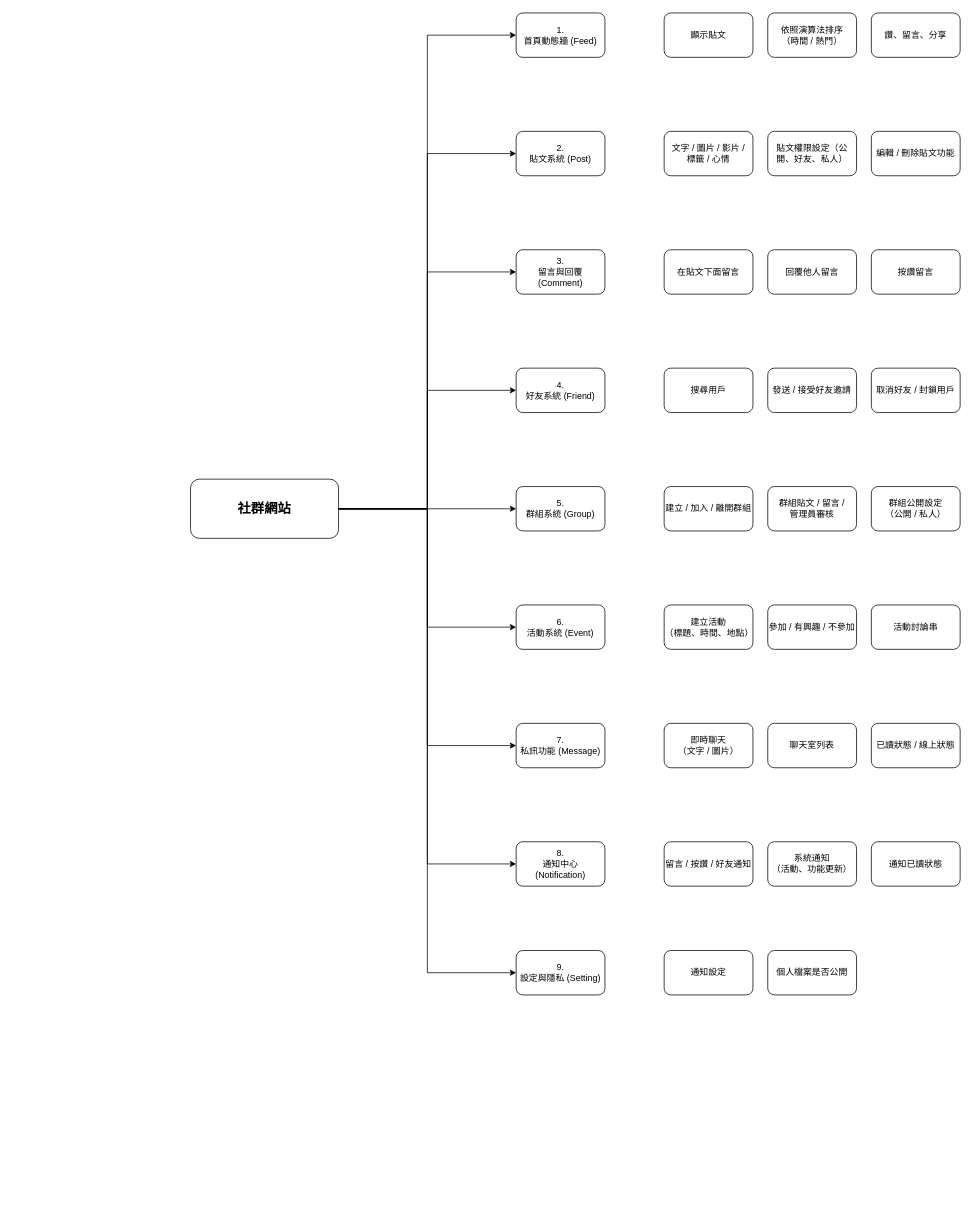
Earlier version of the draw.io diagram 社群.drawio (Rocker36288/Project_Photo). Source tidied: cells renumbered, new cells numbered last; positions are measured from the earlier drawing's top-left corner, leaving out a move shared by most shapes. Both pictures are drawn from the tidied source at 74%, with x=0, y=0 at pixel (190, 13).
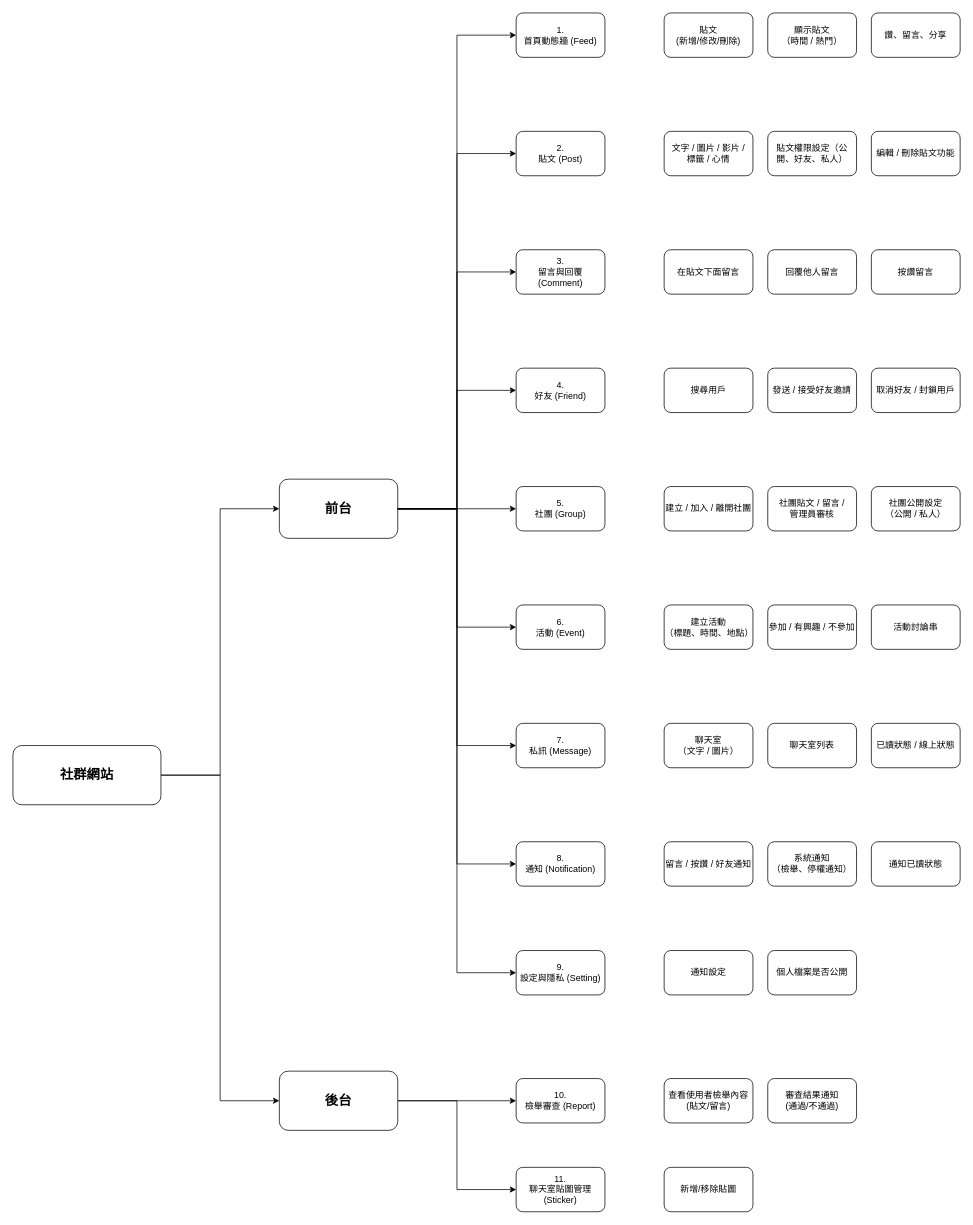
The same diagram, later.

Unchanged cells that the change refers to:
```xml
<mxCell id="21" style="group;" parent="1" vertex="1">
  <mxGeometry x="640" width="400" height="60" as="geometry" />
</mxCell>
<mxCell id="37" style="group;" parent="1" vertex="1">
  <mxGeometry x="640" y="640" width="400" height="60" as="geometry" />
</mxCell>
<mxCell id="45" style="group;" parent="1" vertex="1">
  <mxGeometry x="640" y="960" width="400" height="60" as="geometry" />
</mxCell>
<mxCell id="49" style="group;" parent="1" vertex="1">
  <mxGeometry x="640" y="1120" width="400" height="60" as="geometry" />
</mxCell>
```

Change to the diagram source:
```diff
@@
-    <mxCell id="2" value="社群網站" style="rounded=1;whiteSpace=wrap;html=1;fontSize=18;fontStyle=1;align=center;strokeColor=#000000;fillColor=#ffffff;" parent="1" vertex="1">
-      <mxGeometry y="630" width="200" height="80" as="geometry" />
+    <mxCell id="2" value="前台" style="rounded=1;whiteSpace=wrap;html=1;fontSize=18;fontStyle=1;align=center;strokeColor=#000000;fillColor=#ffffff;" parent="1" vertex="1">
+      <mxGeometry x="120" y="630" width="160" height="80" as="geometry" />
     </mxCell>
@@
-    <mxCell id="5" value="2.&lt;br&gt;貼文系統 (Post)" style="rounded=1;whiteSpace=wrap;html=1;align=center;strokeColor=#000000;fillColor=#ffffff;" parent="1" vertex="1">
+    <mxCell id="5" value="2.&lt;br&gt;貼文 (Post)" style="rounded=1;whiteSpace=wrap;html=1;align=center;strokeColor=#000000;fillColor=#ffffff;" parent="1" vertex="1">
       <mxGeometry x="440" y="160" width="120" height="60" as="geometry" />
     </mxCell>
@@
-    <mxCell id="9" value="4.&lt;br&gt;好友系統 (Friend)" style="rounded=1;whiteSpace=wrap;html=1;align=center;strokeColor=#000000;fillColor=#ffffff;" parent="1" vertex="1">
+    <mxCell id="9" value="4.&lt;br&gt;好友 (Friend)" style="rounded=1;whiteSpace=wrap;html=1;align=center;strokeColor=#000000;fillColor=#ffffff;" parent="1" vertex="1">
       <mxGeometry x="440" y="480" width="120" height="60" as="geometry" />
     </mxCell>
@@
-    <mxCell id="11" value="8.&lt;br&gt;通知中心 (Notification)" style="rounded=1;whiteSpace=wrap;html=1;align=center;strokeColor=#000000;fillColor=#ffffff;" parent="1" vertex="1">
+    <mxCell id="11" value="8.&lt;br&gt;通知 (Notification)" style="rounded=1;whiteSpace=wrap;html=1;align=center;strokeColor=#000000;fillColor=#ffffff;" parent="1" vertex="1">
       <mxGeometry x="440" y="1120" width="120" height="60" as="geometry" />
     </mxCell>
@@
-    <mxCell id="13" value="7.&lt;br&gt;私訊功能 (Message)" style="rounded=1;whiteSpace=wrap;html=1;align=center;strokeColor=#000000;fillColor=#ffffff;" parent="1" vertex="1">
+    <mxCell id="13" value="7.&lt;br&gt;私訊 (Message)" style="rounded=1;whiteSpace=wrap;html=1;align=center;strokeColor=#000000;fillColor=#ffffff;" parent="1" vertex="1">
       <mxGeometry x="440" y="960" width="120" height="60" as="geometry" />
     </mxCell>
@@
-    <mxCell id="15" value="5.&lt;br&gt;群組系統 (Group)" style="rounded=1;whiteSpace=wrap;html=1;align=center;strokeColor=#000000;fillColor=#ffffff;" parent="1" vertex="1">
+    <mxCell id="15" value="5.&lt;br&gt;社團 (Group)" style="rounded=1;whiteSpace=wrap;html=1;align=center;strokeColor=#000000;fillColor=#ffffff;" parent="1" vertex="1">
       <mxGeometry x="440" y="640" width="120" height="60" as="geometry" />
     </mxCell>
@@
-    <mxCell id="17" value="6.&lt;br&gt;活動系統 (Event)" style="rounded=1;whiteSpace=wrap;html=1;align=center;strokeColor=#000000;fillColor=#ffffff;" parent="1" vertex="1">
+    <mxCell id="17" value="6.&lt;br&gt;活動 (Event)" style="rounded=1;whiteSpace=wrap;html=1;align=center;strokeColor=#000000;fillColor=#ffffff;" parent="1" vertex="1">
       <mxGeometry x="440" y="800" width="120" height="60" as="geometry" />
     </mxCell>
@@
-    <mxCell id="22" value="顯示貼文" style="rounded=1;whiteSpace=wrap;html=1;align=center;strokeColor=#000000;fillColor=#ffffff;" parent="21" vertex="1">
+    <mxCell id="22" value="貼文&lt;br&gt;(新增/修改/刪除)" style="rounded=1;whiteSpace=wrap;html=1;align=center;strokeColor=#000000;fillColor=#ffffff;" parent="21" vertex="1">
       <mxGeometry width="120" height="60" as="geometry" />
     </mxCell>
-    <mxCell id="23" value="依照演算法排序&lt;br&gt;（時間 / 熱門）" style="rounded=1;whiteSpace=wrap;html=1;align=center;strokeColor=#000000;fillColor=#ffffff;" parent="21" vertex="1">
+    <mxCell id="23" value="顯示貼文&lt;br&gt;（時間 / 熱門）" style="rounded=1;whiteSpace=wrap;html=1;align=center;strokeColor=#000000;fillColor=#ffffff;" parent="21" vertex="1">
       <mxGeometry x="140" width="120" height="60" as="geometry" />
     </mxCell>
@@
-    <mxCell id="38" value="建立 / 加入 / 離開群組" style="rounded=1;whiteSpace=wrap;html=1;align=center;strokeColor=#000000;fillColor=#ffffff;" parent="37" vertex="1">
+    <mxCell id="38" value="建立 / 加入 / 離開社團" style="rounded=1;whiteSpace=wrap;html=1;align=center;strokeColor=#000000;fillColor=#ffffff;" parent="37" vertex="1">
       <mxGeometry width="120" height="60" as="geometry" />
     </mxCell>
-    <mxCell id="39" value="群組貼文 / 留言 / &lt;br&gt;管理員審核" style="rounded=1;whiteSpace=wrap;html=1;align=center;strokeColor=#000000;fillColor=#ffffff;" parent="37" vertex="1">
+    <mxCell id="39" value="社團貼文 / 留言 / &lt;br&gt;管理員審核" style="rounded=1;whiteSpace=wrap;html=1;align=center;strokeColor=#000000;fillColor=#ffffff;" parent="37" vertex="1">
       <mxGeometry x="140" width="120" height="60" as="geometry" />
     </mxCell>
-    <mxCell id="40" value="群組公開設定&lt;br&gt;（公開 / 私人）" style="rounded=1;whiteSpace=wrap;html=1;align=center;strokeColor=#000000;fillColor=#ffffff;" parent="37" vertex="1">
+    <mxCell id="40" value="社團公開設定&lt;br&gt;（公開 / 私人）" style="rounded=1;whiteSpace=wrap;html=1;align=center;strokeColor=#000000;fillColor=#ffffff;" parent="37" vertex="1">
       <mxGeometry x="280" width="120" height="60" as="geometry" />
     </mxCell>
@@
-    <mxCell id="46" value="即時聊天&lt;br&gt;（文字 / 圖片）" style="rounded=1;whiteSpace=wrap;html=1;align=center;strokeColor=#000000;fillColor=#ffffff;" parent="45" vertex="1">
+    <mxCell id="46" value="聊天室&lt;br&gt;（文字 / 圖片）" style="rounded=1;whiteSpace=wrap;html=1;align=center;strokeColor=#000000;fillColor=#ffffff;" parent="45" vertex="1">
       <mxGeometry width="120" height="60" as="geometry" />
     </mxCell>
@@
-    <mxCell id="51" value="系統通知&lt;br&gt;（活動、功能更新）" style="rounded=1;whiteSpace=wrap;html=1;align=center;strokeColor=#000000;fillColor=#ffffff;" parent="49" vertex="1">
+    <mxCell id="51" value="系統通知&lt;br&gt;（檢舉、停權通知）" style="rounded=1;whiteSpace=wrap;html=1;align=center;strokeColor=#000000;fillColor=#ffffff;" parent="49" vertex="1">
       <mxGeometry x="140" width="120" height="60" as="geometry" />
     </mxCell>
@@
+    <mxCell id="56" style="edgeStyle=orthogonalEdgeStyle;rounded=0;jettySize=auto;html=1;" parent="1" edge="1" source="58" target="62">
+      <mxGeometry relative="1" as="geometry" />
+    </mxCell>
+    <mxCell id="57" style="edgeStyle=orthogonalEdgeStyle;rounded=0;jettySize=auto;html=1;entryX=0;entryY=0.5;entryDx=0;entryDy=0;" parent="1" edge="1" source="58" target="65">
+      <mxGeometry relative="1" as="geometry" />
+    </mxCell>
+    <mxCell id="58" value="後台" style="rounded=1;whiteSpace=wrap;html=1;fontSize=18;fontStyle=1;align=center;strokeColor=#000000;fillColor=#ffffff;" parent="1" vertex="1">
+      <mxGeometry x="120" y="1430" width="160" height="80" as="geometry" />
+    </mxCell>
+    <mxCell id="59" style="edgeStyle=orthogonalEdgeStyle;rounded=0;jettySize=auto;html=1;entryX=0;entryY=0.5;entryDx=0;entryDy=0;" parent="1" edge="1" source="61" target="2">
+      <mxGeometry relative="1" as="geometry" />
+    </mxCell>
+    <mxCell id="60" style="edgeStyle=orthogonalEdgeStyle;rounded=0;jettySize=auto;html=1;entryX=0;entryY=0.5;entryDx=0;entryDy=0;" parent="1" edge="1" source="61" target="58">
+      <mxGeometry relative="1" as="geometry" />
+    </mxCell>
+    <mxCell id="61" value="社群網站" style="rounded=1;whiteSpace=wrap;html=1;fontSize=18;fontStyle=1;align=center;strokeColor=#000000;fillColor=#ffffff;" parent="1" vertex="1">
+      <mxGeometry x="-240" y="990" width="200" height="80" as="geometry" />
+    </mxCell>
+    <mxCell id="62" value="10.&lt;br&gt;檢舉審查 (Report)" style="rounded=1;whiteSpace=wrap;html=1;align=center;strokeColor=#000000;fillColor=#ffffff;" parent="1" vertex="1">
+      <mxGeometry x="440" y="1440" width="120" height="60" as="geometry" />
+    </mxCell>
+    <mxCell id="63" value="查看使用者檢舉內容&lt;br&gt;(貼文/留言)" style="rounded=1;whiteSpace=wrap;html=1;align=center;strokeColor=#000000;fillColor=#ffffff;" parent="1" vertex="1">
+      <mxGeometry x="640" y="1440" width="120" height="60" as="geometry" />
+    </mxCell>
+    <mxCell id="64" value="審查結果通知&lt;br&gt;(通過/不通過)" style="rounded=1;whiteSpace=wrap;html=1;align=center;strokeColor=#000000;fillColor=#ffffff;" parent="1" vertex="1">
+      <mxGeometry x="780" y="1440" width="120" height="60" as="geometry" />
+    </mxCell>
+    <mxCell id="65" value="11.&lt;br&gt;聊天室貼圖管理 (Sticker)" style="rounded=1;whiteSpace=wrap;html=1;align=center;strokeColor=#000000;fillColor=#ffffff;" parent="1" vertex="1">
+      <mxGeometry x="440" y="1560" width="120" height="60" as="geometry" />
+    </mxCell>
+    <mxCell id="66" value="新增/移除貼圖" style="rounded=1;whiteSpace=wrap;html=1;align=center;strokeColor=#000000;fillColor=#ffffff;" parent="1" vertex="1">
+      <mxGeometry x="640" y="1560" width="120" height="60" as="geometry" />
+    </mxCell>
```
